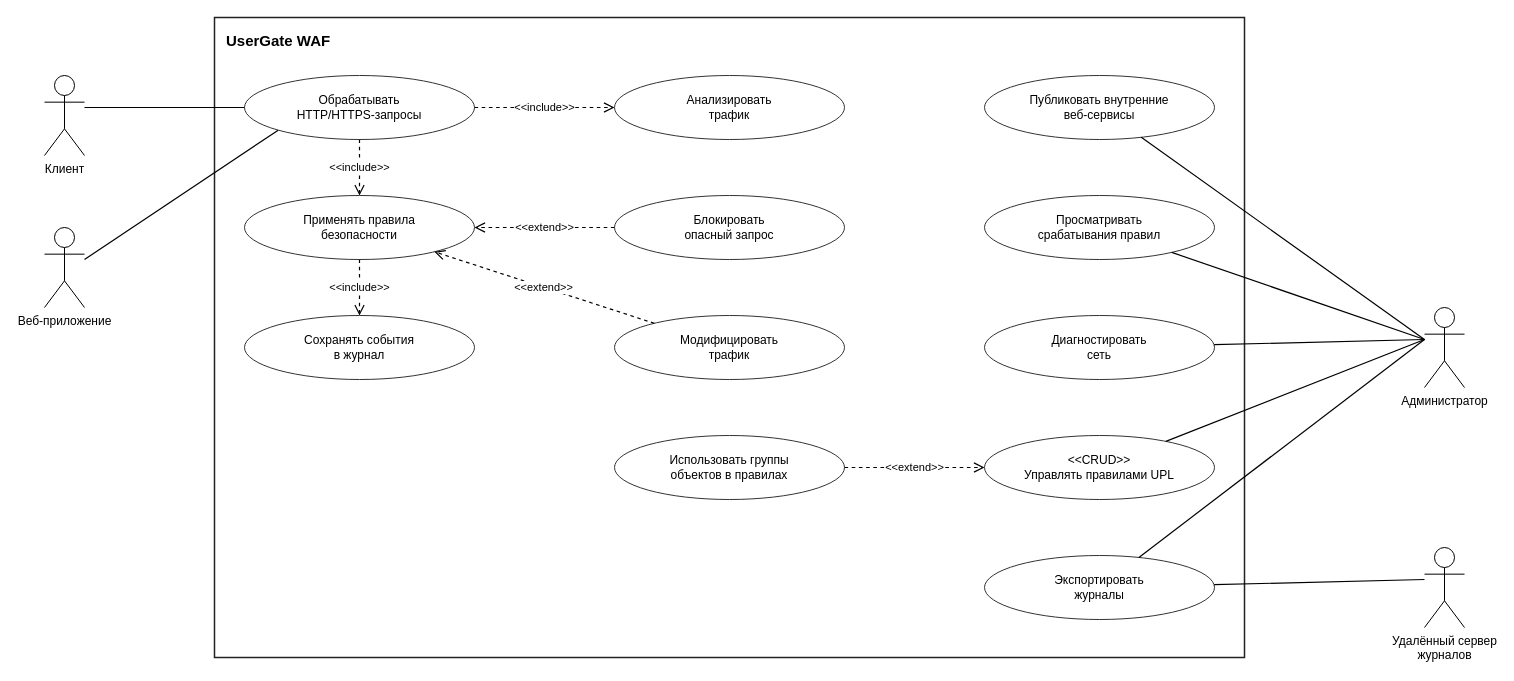
The draw.io diagram page "2 — UserGate WAF" (2 of 3) of lab3/diagram.drawio in hikaru-kl/software-design-project-firewall, before the edit. Source tidied: cells renumbered, new cells numbered last; positions are measured from the earlier drawing's top-left corner, leaving out a move shared by most shapes. Both pictures are drawn from the tidied source at 100%, with x=0, y=0 at pixel (44, 17).
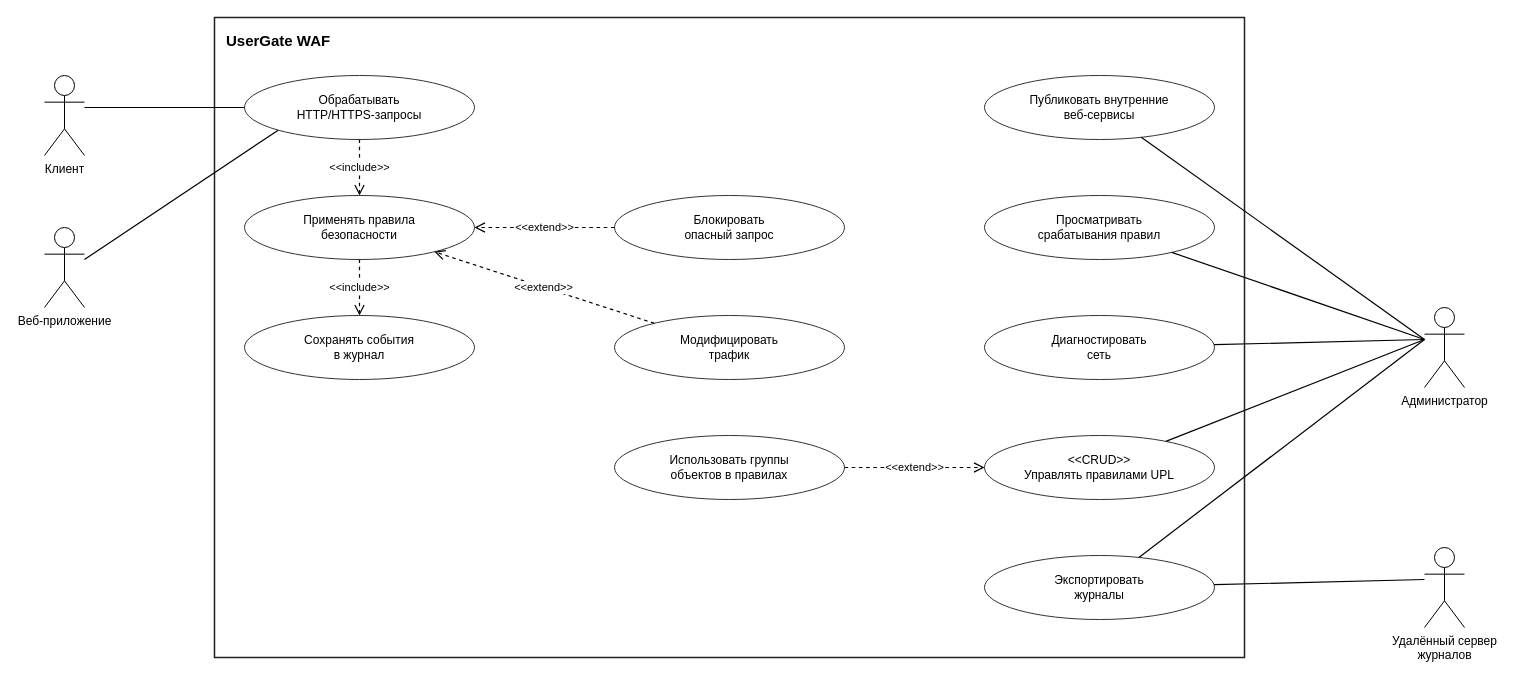
The same page after the edit.

The change refers to these unchanged cells:
```xml
<mxCell id="7" value="Обрабатывать&lt;br&gt;HTTP/HTTPS-запросы" style="ellipse;whiteSpace=wrap;html=1;fillColor=#ffffff;strokeColor=#333333;fontSize=12;align=center;spacingLeft=8;spacingRight=8;" parent="1" vertex="1">
  <mxGeometry x="200" y="58" width="230" height="64" as="geometry" />
</mxCell>
```

The edit, as a diff of the source:
```diff
@@
-    <mxCell id="8" value="Анализировать&lt;br&gt;трафик" style="ellipse;whiteSpace=wrap;html=1;fillColor=#ffffff;strokeColor=#333333;fontSize=12;align=center;spacingLeft=8;spacingRight=8;" parent="1" vertex="1">
-      <mxGeometry x="570" y="58" width="230" height="64" as="geometry" />
-    </mxCell>
@@
-    <mxCell id="27" value="&amp;lt;&amp;lt;include&amp;gt;&amp;gt;" style="rounded=0;html=1;strokeWidth=1.2;dashed=1;endArrow=open;endFill=0;endSize=8;fontSize=11;labelBackgroundColor=#ffffff;" parent="1" edge="1" source="7" target="8">
-      <mxGeometry relative="1" as="geometry" />
-    </mxCell>
```
